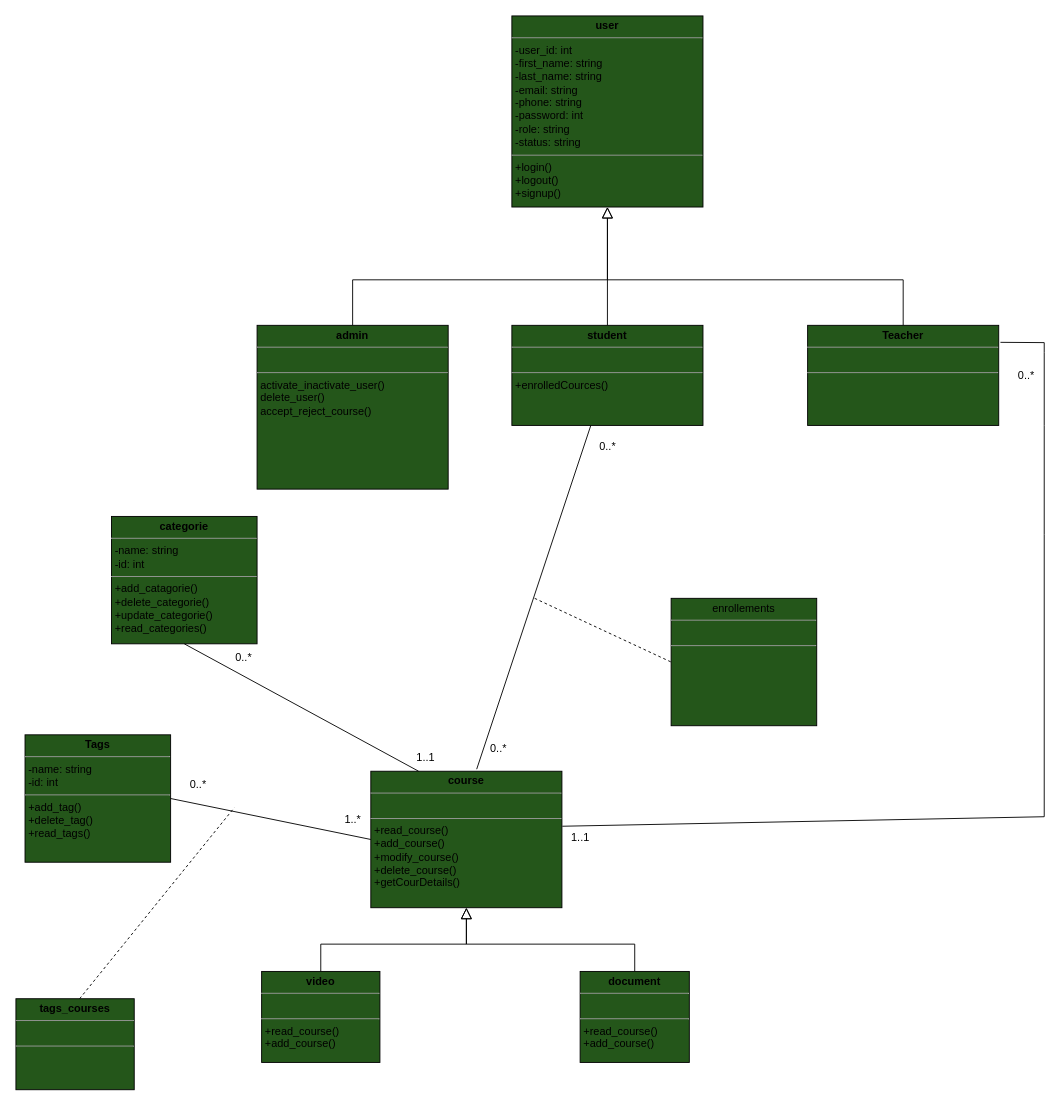
The draw.io diagram page "Page-1" (1 of 2) of UML/diagramme_de_classe.drawio in Abderrahman-Ahouari/brief-crois-e-2-Plateforme-de-Cours-en-Ligne-Youdemy, before the edit. Source tidied: cells renumbered, new cells numbered last; positions are measured from the earlier drawing's top-left corner, leaving out a move shared by most shapes. Both pictures are drawn from the tidied source at 91%, with x=0, y=0 at pixel (15, 15).
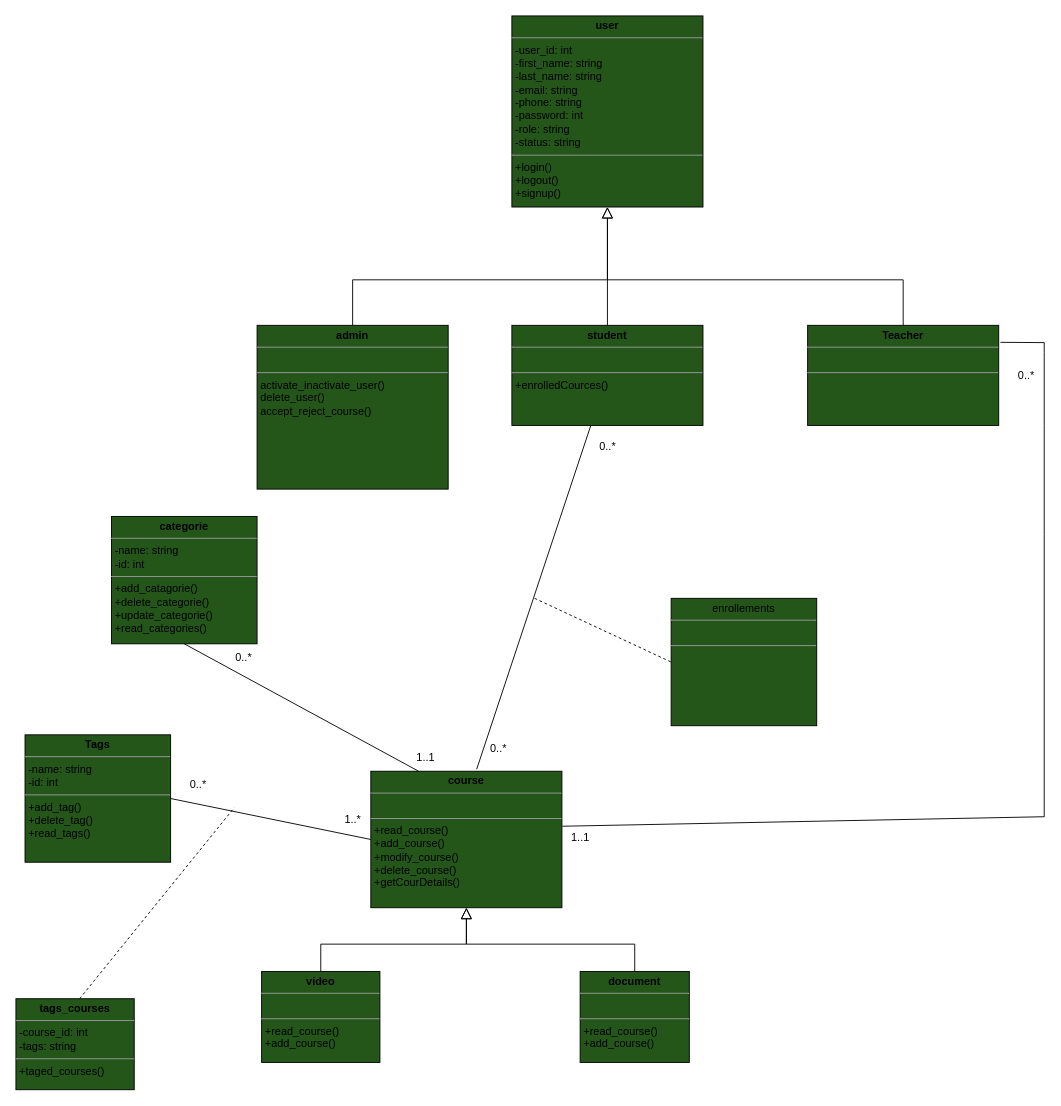
The same page after the edit.

Commit message (it also covers changes not shown here):
created and inplemented the function creat course

The edit, as a diff of the source:
```diff
@@
-    <mxCell id="31" value="&lt;p style=&quot;margin:0px;margin-top:4px;text-align:center;&quot;&gt;&lt;b&gt;tags_courses&lt;/b&gt;&lt;/p&gt;&lt;hr size=&quot;1&quot;&gt;&lt;p style=&quot;margin:0px;margin-left:4px;&quot;&gt;&lt;br&gt;&lt;/p&gt;&lt;hr size=&quot;1&quot;&gt;&lt;p style=&quot;margin:0px;margin-left:4px;&quot;&gt;&lt;br&gt;&lt;/p&gt;" style="verticalAlign=top;align=left;overflow=fill;fontSize=12;fontFamily=Helvetica;html=1;fillColor=#24561A;" parent="1" vertex="1">
+    <mxCell id="31" value="&lt;p style=&quot;margin:0px;margin-top:4px;text-align:center;&quot;&gt;&lt;b&gt;tags_courses&lt;/b&gt;&lt;/p&gt;&lt;hr size=&quot;1&quot;&gt;&lt;p style=&quot;margin: 0px 0px 0px 4px;&quot;&gt;-course_id: int&lt;/p&gt;&lt;p style=&quot;margin: 0px 0px 0px 4px;&quot;&gt;-tags: string&lt;/p&gt;&lt;hr size=&quot;1&quot;&gt;&lt;p style=&quot;margin:0px;margin-left:4px;&quot;&gt;+taged_courses()&lt;/p&gt;" style="verticalAlign=top;align=left;overflow=fill;fontSize=12;fontFamily=Helvetica;html=1;fillColor=#24561A;" parent="1" vertex="1">
       <mxGeometry y="1080" width="130" height="100" as="geometry" />
     </mxCell>
```
